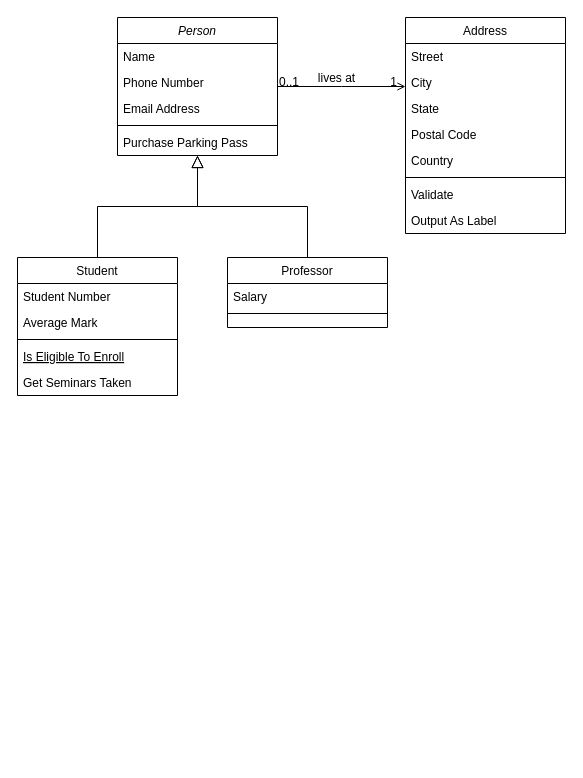
shine2077/notebook keeps this draw.io diagram as Untitled Diagram.drawio. Above is the earlier version. Source tidied: cells renumbered, new cells numbered last; positions are measured from the earlier drawing's top-left corner, leaving out a move shared by most shapes. Both pictures are drawn from the tidied source at 100%, with x=0, y=0 at pixel (17, 17).
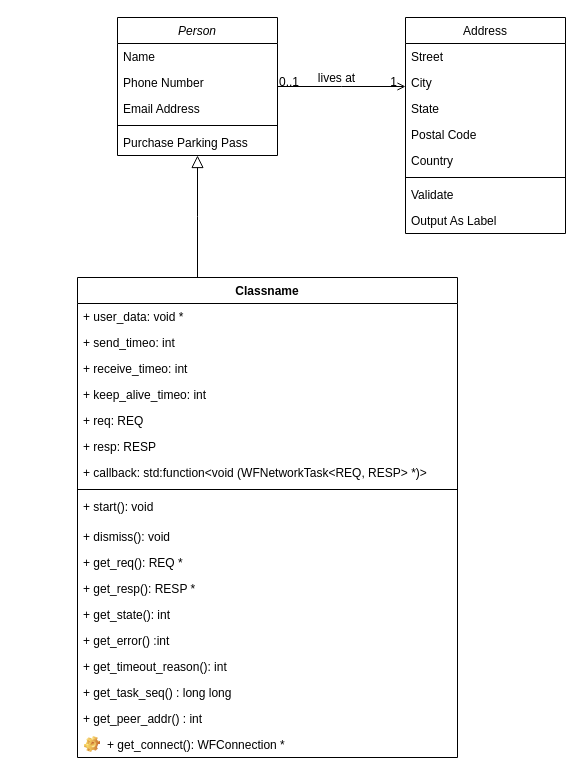
The same page after the edit.

The change refers to these unchanged cells:
```xml
<mxCell id="2" value="Person" style="swimlane;fontStyle=2;align=center;verticalAlign=top;horizontal=1;startSize=26;rounded=0;shadow=0;strokeWidth=1;" parent="1" vertex="1">
  <mxGeometry x="100" width="160" height="138" as="geometry" />
</mxCell>
```

Diff of the diagram source:
```diff
@@
-    <mxCell id="8" value="Student" style="swimlane;fontStyle=0;align=center;verticalAlign=top;horizontal=1;startSize=26;rounded=0;shadow=0;strokeWidth=1;" parent="1" vertex="1">
-      <mxGeometry y="240" width="160" height="138" as="geometry" />
-    </mxCell>
-    <mxCell id="9" value="Student Number" style="text;align=left;verticalAlign=top;spacingLeft=4;spacingRight=4;overflow=hidden;" parent="8" vertex="1">
-      <mxGeometry y="26" width="160" height="26" as="geometry" />
-    </mxCell>
-    <mxCell id="10" value="Average Mark" style="text;align=left;verticalAlign=top;spacingLeft=4;spacingRight=4;overflow=hidden;rounded=0;shadow=0;html=0;" parent="8" vertex="1">
-      <mxGeometry y="52" width="160" height="26" as="geometry" />
-    </mxCell>
-    <mxCell id="11" style="line;html=1;strokeWidth=1;align=left;verticalAlign=middle;spacingTop=-1;spacingLeft=3;spacingRight=3;labelPosition=right;" parent="8" vertex="1">
-      <mxGeometry y="78" width="160" height="8" as="geometry" />
-    </mxCell>
-    <mxCell id="12" value="Is Eligible To Enroll" style="text;align=left;verticalAlign=top;spacingLeft=4;spacingRight=4;overflow=hidden;fontStyle=4;" parent="8" vertex="1">
-      <mxGeometry y="86" width="160" height="26" as="geometry" />
-    </mxCell>
-    <mxCell id="13" value="Get Seminars Taken" style="text;align=left;verticalAlign=top;spacingLeft=4;spacingRight=4;overflow=hidden;" parent="8" vertex="1">
-      <mxGeometry y="112" width="160" height="26" as="geometry" />
-    </mxCell>
-    <mxCell id="14" style="endArrow=block;endSize=10;endFill=0;shadow=0;strokeWidth=1;rounded=0;edgeStyle=elbowEdgeStyle;elbow=vertical;" parent="1" edge="1" source="8" target="2">
-      <mxGeometry relative="1" as="geometry" />
+    <mxCell id="14" style="endArrow=block;endSize=10;endFill=0;shadow=0;strokeWidth=1;rounded=0;edgeStyle=elbowEdgeStyle;elbow=vertical;" parent="1" edge="1" target="2">
+      <mxGeometry relative="1" as="geometry">
+        <mxPoint x="180" y="260" as="sourcePoint" />
+      </mxGeometry>
     </mxCell>
-    <mxCell id="15" value="Professor" style="swimlane;fontStyle=0;align=center;verticalAlign=top;horizontal=1;startSize=26;rounded=0;shadow=0;strokeWidth=1;" parent="1" vertex="1">
-      <mxGeometry x="210" y="240" width="160" height="70" as="geometry" />
-    </mxCell>
-    <mxCell id="16" value="Salary" style="text;align=left;verticalAlign=top;spacingLeft=4;spacingRight=4;overflow=hidden;" parent="15" vertex="1">
-      <mxGeometry y="26" width="160" height="26" as="geometry" />
-    </mxCell>
-    <mxCell id="17" style="line;html=1;strokeWidth=1;align=left;verticalAlign=middle;spacingTop=-1;spacingLeft=3;spacingRight=3;labelPosition=right;" parent="15" vertex="1">
-      <mxGeometry y="52" width="160" height="8" as="geometry" />
-    </mxCell>
-    <mxCell id="18" style="endArrow=block;endSize=10;endFill=0;shadow=0;strokeWidth=1;rounded=0;edgeStyle=elbowEdgeStyle;elbow=vertical;" parent="1" edge="1" source="15" target="2">
-      <mxGeometry relative="1" as="geometry" />
-    </mxCell>
@@
+    <mxCell id="32" value="Classname" style="swimlane;fontStyle=1;align=center;verticalAlign=top;horizontal=1;startSize=26;" parent="1" vertex="1">
+      <mxGeometry x="60" y="260" width="380" height="480" as="geometry" />
+    </mxCell>
+    <mxCell id="33" value="+ user_data: void *" style="text;strokeColor=none;fillColor=none;align=left;verticalAlign=top;spacingLeft=4;spacingRight=4;overflow=hidden;" parent="32" vertex="1">
+      <mxGeometry y="26" width="380" height="26" as="geometry" />
+    </mxCell>
+    <mxCell id="34" value="+ send_timeo: int" style="text;strokeColor=none;fillColor=none;align=left;verticalAlign=top;spacingLeft=4;spacingRight=4;overflow=hidden;" parent="32" vertex="1">
+      <mxGeometry y="52" width="380" height="26" as="geometry" />
+    </mxCell>
+    <mxCell id="35" value="+ receive_timeo: int" style="text;strokeColor=none;fillColor=none;align=left;verticalAlign=top;spacingLeft=4;spacingRight=4;overflow=hidden;" parent="32" vertex="1">
+      <mxGeometry y="78" width="380" height="26" as="geometry" />
+    </mxCell>
+    <mxCell id="36" value="+ keep_alive_timeo: int" style="text;strokeColor=none;fillColor=none;align=left;verticalAlign=top;spacingLeft=4;spacingRight=4;overflow=hidden;" parent="32" vertex="1">
+      <mxGeometry y="104" width="380" height="26" as="geometry" />
+    </mxCell>
+    <mxCell id="37" value="+ req: REQ" style="text;strokeColor=none;fillColor=none;align=left;verticalAlign=top;spacingLeft=4;spacingRight=4;overflow=hidden;" parent="32" vertex="1">
+      <mxGeometry y="130" width="380" height="26" as="geometry" />
+    </mxCell>
+    <mxCell id="38" value="+ resp: RESP" style="text;strokeColor=none;fillColor=none;align=left;verticalAlign=top;spacingLeft=4;spacingRight=4;overflow=hidden;" parent="32" vertex="1">
+      <mxGeometry y="156" width="380" height="26" as="geometry" />
+    </mxCell>
+    <mxCell id="39" value="+ callback: std:function&lt;void (WFNetworkTask&lt;REQ, RESP&gt; *)&gt;" style="text;strokeColor=none;fillColor=none;align=left;verticalAlign=top;spacingLeft=4;spacingRight=4;overflow=hidden;" parent="32" vertex="1">
+      <mxGeometry y="182" width="380" height="26" as="geometry" />
+    </mxCell>
+    <mxCell id="40" style="line;strokeWidth=1;fillColor=none;align=left;verticalAlign=middle;spacingTop=-1;spacingLeft=3;spacingRight=3;labelPosition=right;" parent="32" vertex="1">
+      <mxGeometry y="208" width="380" height="8" as="geometry" />
+    </mxCell>
+    <mxCell id="41" value="+ start(): void&#10;&#10;&#10;" style="text;strokeColor=none;fillColor=none;align=left;verticalAlign=top;spacingLeft=4;spacingRight=4;overflow=hidden;" parent="32" vertex="1">
+      <mxGeometry y="216" width="380" height="30" as="geometry" />
+    </mxCell>
+    <mxCell id="42" value="+ dismiss(): void" style="text;strokeColor=none;fillColor=none;align=left;verticalAlign=top;spacingLeft=4;spacingRight=4;overflow=hidden;" parent="32" vertex="1">
+      <mxGeometry y="246" width="380" height="26" as="geometry" />
+    </mxCell>
+    <mxCell id="43" value="+ get_req(): REQ *" style="text;strokeColor=none;fillColor=none;align=left;verticalAlign=top;spacingLeft=4;spacingRight=4;overflow=hidden;" parent="32" vertex="1">
+      <mxGeometry y="272" width="380" height="26" as="geometry" />
+    </mxCell>
+    <mxCell id="44" value="+ get_resp(): RESP *" style="text;strokeColor=none;fillColor=none;align=left;verticalAlign=top;spacingLeft=4;spacingRight=4;overflow=hidden;" parent="32" vertex="1">
+      <mxGeometry y="298" width="380" height="26" as="geometry" />
+    </mxCell>
+    <mxCell id="45" value="+ get_state(): int" style="text;strokeColor=none;fillColor=none;align=left;verticalAlign=top;spacingLeft=4;spacingRight=4;overflow=hidden;" parent="32" vertex="1">
+      <mxGeometry y="324" width="380" height="26" as="geometry" />
+    </mxCell>
+    <mxCell id="46" value="+ get_error() :int" style="text;strokeColor=none;fillColor=none;align=left;verticalAlign=top;spacingLeft=4;spacingRight=4;overflow=hidden;" parent="32" vertex="1">
+      <mxGeometry y="350" width="380" height="26" as="geometry" />
+    </mxCell>
+    <mxCell id="47" value="+ get_timeout_reason(): int" style="text;strokeColor=none;fillColor=none;align=left;verticalAlign=top;spacingLeft=4;spacingRight=4;overflow=hidden;" parent="32" vertex="1">
+      <mxGeometry y="376" width="380" height="26" as="geometry" />
+    </mxCell>
+    <mxCell id="48" value="+ get_task_seq() : long long" style="text;strokeColor=none;fillColor=none;align=left;verticalAlign=top;spacingLeft=4;spacingRight=4;overflow=hidden;" parent="32" vertex="1">
+      <mxGeometry y="402" width="380" height="26" as="geometry" />
+    </mxCell>
+    <mxCell id="49" value="+ get_peer_addr() : int" style="text;strokeColor=none;fillColor=none;align=left;verticalAlign=top;spacingLeft=4;spacingRight=4;overflow=hidden;" parent="32" vertex="1">
+      <mxGeometry y="428" width="380" height="26" as="geometry" />
+    </mxCell>
+    <mxCell id="50" value="+ get_connect(): WFConnection *" style="label;fontStyle=0;strokeColor=none;fillColor=none;align=left;verticalAlign=top;overflow=hidden;spacingLeft=28;spacingRight=4;imageWidth=16;imageHeight=16;image=img/clipart/Gear_128x128.png;" parent="32" vertex="1">
+      <mxGeometry y="454" width="380" height="26" as="geometry" />
+    </mxCell>
```
